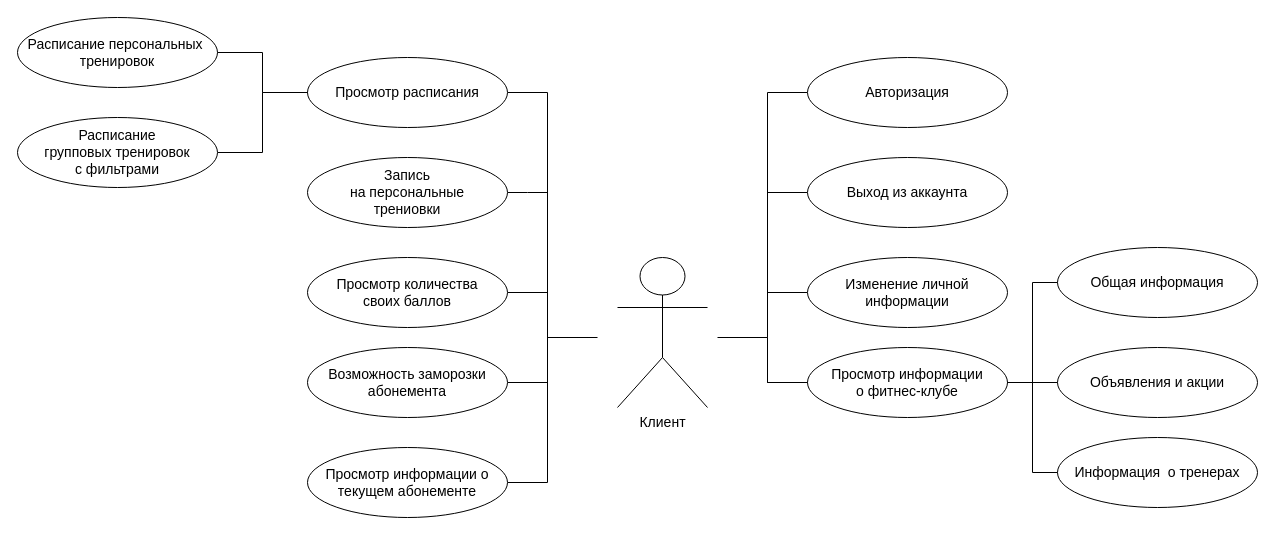
Earlier version of the draw.io diagram page "client" (1 of 4) of img/usecase.drawio (Ananasiika/FlexAirFit). Source tidied: cells renumbered, new cells numbered last; positions are measured from the earlier drawing's top-left corner, leaving out a move shared by most shapes. Both pictures are drawn from the tidied source at 100%, with x=0, y=0 at pixel (17, 17).
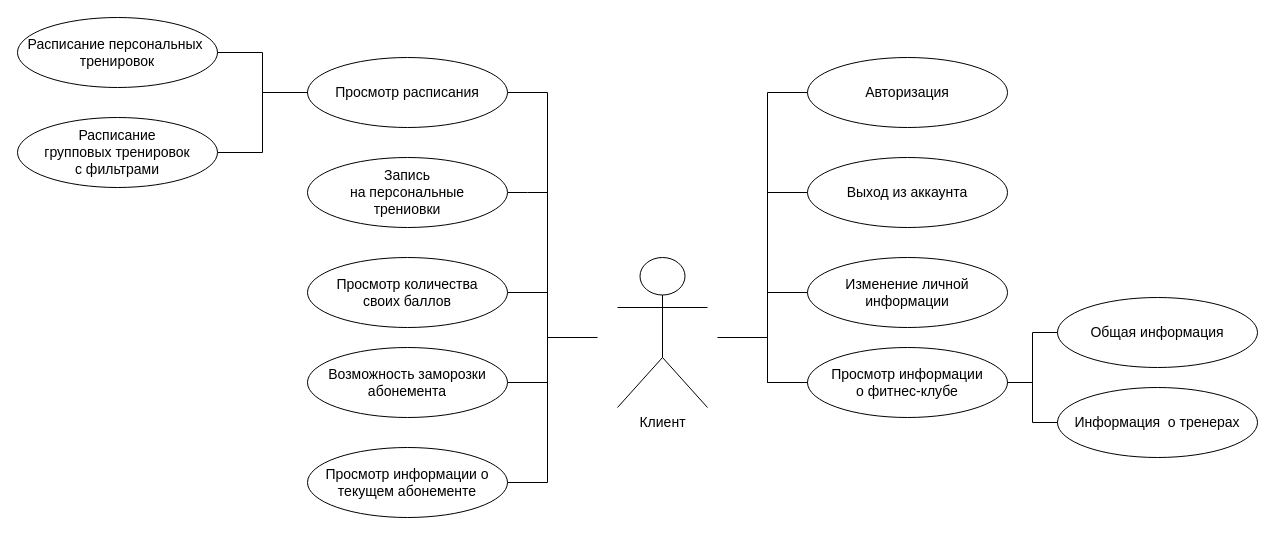
After the change.

The change refers to these unchanged cells:
```xml
<mxCell id="16" value="Просмотр информации&lt;br&gt;о фитнес-клубе" style="ellipse;whiteSpace=wrap;html=1;fontSize=14;" parent="1" vertex="1">
  <mxGeometry x="790" y="330" width="200" height="70" as="geometry" />
</mxCell>
```

The edit, as a diff of the source:
```diff
@@
-    <mxCell id="24" value="Объявления и акции" style="ellipse;whiteSpace=wrap;html=1;fontSize=14;" parent="1" vertex="1">
-      <mxGeometry x="1040" y="330" width="200" height="70" as="geometry" />
-    </mxCell>
     <mxCell id="25" value="Общая информация" style="ellipse;whiteSpace=wrap;html=1;fontSize=14;" parent="1" vertex="1">
-      <mxGeometry x="1040" y="230" width="200" height="70" as="geometry" />
+      <mxGeometry x="1040" y="280" width="200" height="70" as="geometry" />
     </mxCell>
@@
-    <mxCell id="27" style="endArrow=none;html=1;rounded=0;entryX=0;entryY=0.5;entryDx=0;entryDy=0;exitX=1;exitY=0.5;exitDx=0;exitDy=0;edgeStyle=orthogonalEdgeStyle;" parent="1" edge="1" source="16" target="24">
-      <mxGeometry relative="1" as="geometry" />
-    </mxCell>
     <mxCell id="28" value="Информация&amp;nbsp; о тренерах" style="ellipse;whiteSpace=wrap;html=1;fontSize=14;" parent="1" vertex="1">
-      <mxGeometry x="1040" y="420" width="200" height="70" as="geometry" />
+      <mxGeometry x="1040" y="370" width="200" height="70" as="geometry" />
     </mxCell>
```
